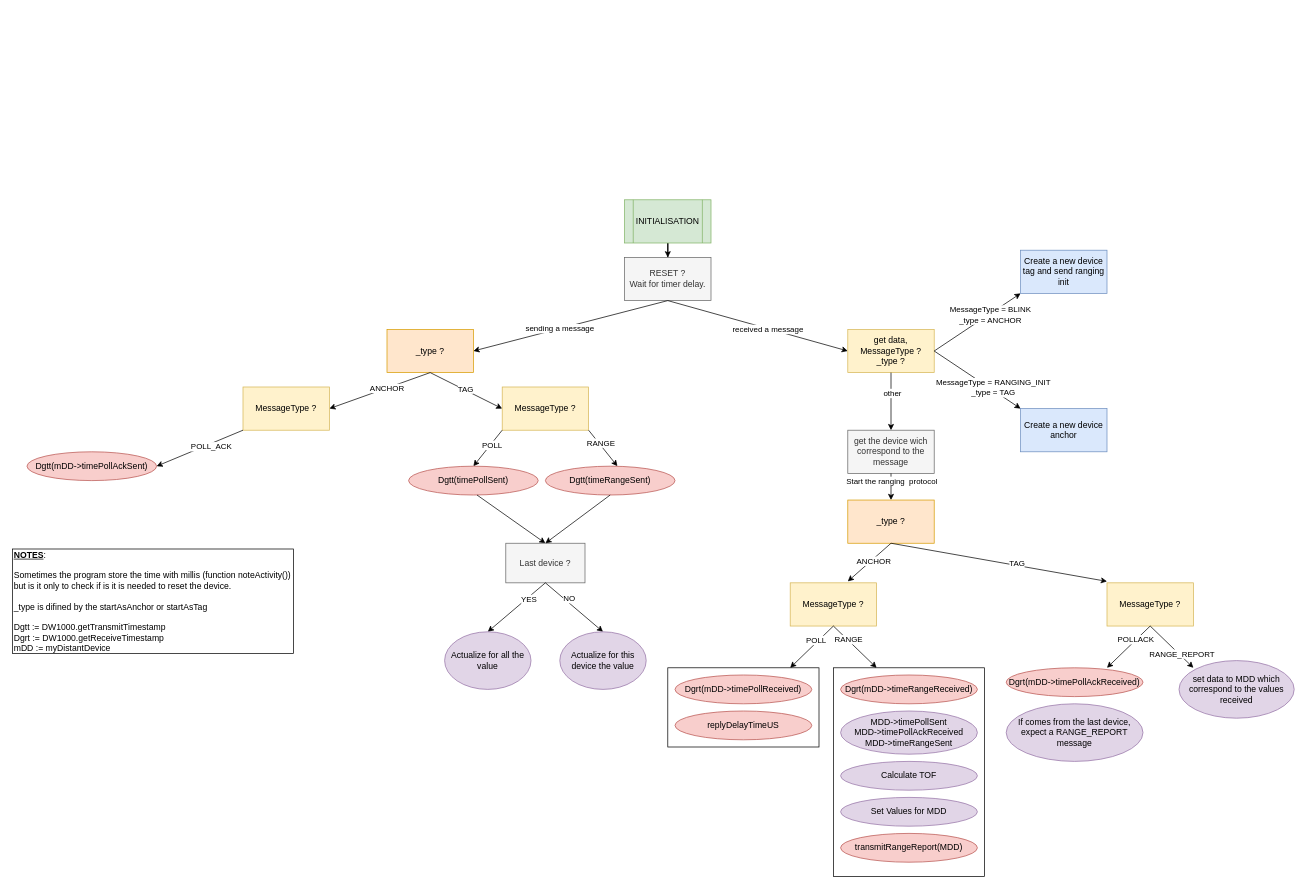
augustinmorge/uwb_project keeps this draw.io diagram as page "Detail" (1 of 3) of drawio/DW1000.drawio. Above is the earlier version. Source tidied: cells renumbered, new cells numbered last; positions are measured from the earlier drawing's top-left corner, leaving out a move shared by most shapes. Both pictures are drawn from the tidied source at 72%, with x=0, y=0 at pixel (12, 199).
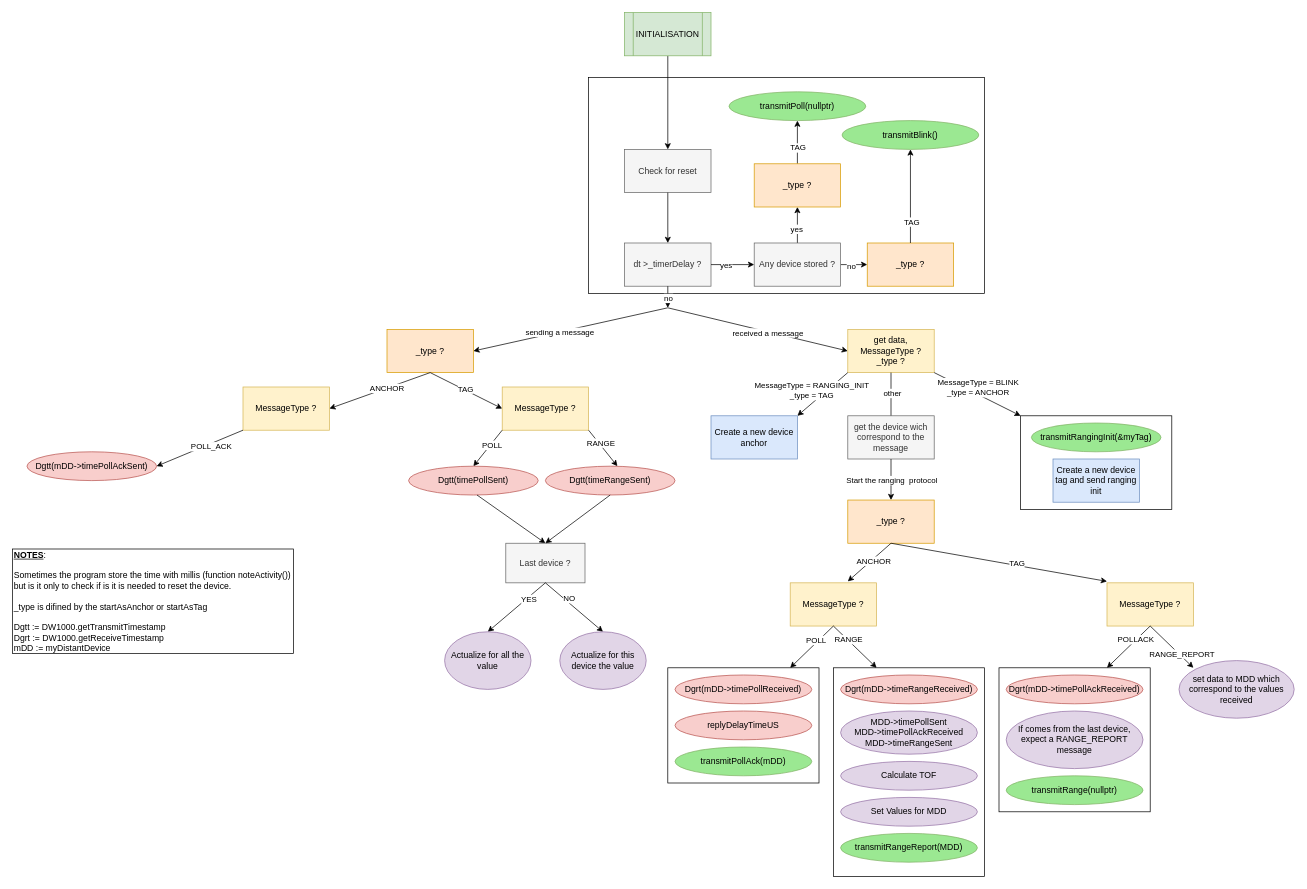
The same diagram, later.

The change refers to these unchanged cells:
```xml
<mxCell id="32" value="get data,&lt;br&gt;MessageType ?&lt;br&gt;_type ?" style="rounded=0;whiteSpace=wrap;html=1;fillColor=#fff2cc;strokeColor=#d6b656;" parent="1" vertex="1">
  <mxGeometry x="1160" y="180" width="120" height="60" as="geometry" />
</mxCell>
<mxCell id="42" style="endArrow=classic;html=1;rounded=0;exitX=0.5;exitY=1;exitDx=0;exitDy=0;entryX=0.5;entryY=0;entryDx=0;entryDy=0;" parent="1" edge="1" source="41" target="44">
  <mxGeometry relative="1" as="geometry" />
</mxCell>
```

Change to the diagram source:
```diff
@@
+    <mxCell id="74" style="rounded=0;whiteSpace=wrap;html=1;fillColor=none;" parent="1" vertex="1">
+      <mxGeometry x="800" y="-170" width="550" height="300" as="geometry" />
+    </mxCell>
+    <mxCell id="75" style="rounded=0;whiteSpace=wrap;html=1;fillColor=none;" parent="1" vertex="1">
+      <mxGeometry x="1400" y="300" width="210" height="130" as="geometry" />
+    </mxCell>
+    <mxCell id="76" style="rounded=0;whiteSpace=wrap;html=1;fillColor=none;" parent="1" vertex="1">
+      <mxGeometry x="1370" y="650" width="210" height="200" as="geometry" />
+    </mxCell>
+    <mxCell id="70" style="rounded=0;whiteSpace=wrap;html=1;fillColor=none;" parent="1" vertex="1">
+      <mxGeometry x="910" y="650" width="210" height="160" as="geometry" />
+    </mxCell>
-    <mxCell id="2" style="edgeStyle=orthogonalEdgeStyle;rounded=0;jettySize=auto;html=1;" parent="1" edge="1" source="3" target="4">
+    <mxCell id="2" style="edgeStyle=orthogonalEdgeStyle;rounded=0;jettySize=auto;html=1;entryX=0.5;entryY=0;entryDx=0;entryDy=0;" parent="1" edge="1" source="3" target="4">
       <mxGeometry relative="1" as="geometry" />
     </mxCell>
     <mxCell id="3" value="INITIALISATION" style="shape=process;whiteSpace=wrap;html=1;backgroundOutline=1;fillColor=#d5e8d4;strokeColor=#82b366;" parent="1" vertex="1">
-      <mxGeometry x="850" width="120" height="60" as="geometry" />
+      <mxGeometry x="850" y="-260" width="120" height="60" as="geometry" />
     </mxCell>
-    <mxCell id="4" value="RESET ?&lt;br&gt;Wait for timer delay." style="whiteSpace=wrap;html=1;fillColor=#f5f5f5;fontColor=#333333;strokeColor=#666666;" parent="1" vertex="1">
-      <mxGeometry x="850" y="80" width="120" height="60" as="geometry" />
+    <mxCell id="4" value="Check for reset" style="whiteSpace=wrap;html=1;fillColor=#f5f5f5;fontColor=#333333;strokeColor=#666666;" parent="1" vertex="1">
+      <mxGeometry x="850" y="-70" width="120" height="60" as="geometry" />
     </mxCell>
-    <mxCell id="5" style="endArrow=classic;html=1;rounded=0;exitX=0.5;exitY=1;exitDx=0;exitDy=0;" parent="1" edge="1" source="4">
+    <mxCell id="5" style="endArrow=classic;html=1;rounded=0;" parent="1" edge="1">
       <mxGeometry relative="1" as="geometry">
+        <mxPoint x="910" y="150" as="sourcePoint" />
         <mxPoint x="640" y="210" as="targetPoint" />
       </mxGeometry>
     </mxCell>
@@
-    <mxCell id="7" style="endArrow=classic;html=1;rounded=0;exitX=0.5;exitY=1;exitDx=0;exitDy=0;" parent="1" edge="1" source="4">
+    <mxCell id="7" style="endArrow=classic;html=1;rounded=0;" parent="1" edge="1">
       <mxGeometry relative="1" as="geometry">
+        <mxPoint x="910" y="150" as="sourcePoint" />
         <mxPoint x="1160" y="210" as="targetPoint" />
       </mxGeometry>
     </mxCell>
@@
-    <mxCell id="33" style="endArrow=classic;html=1;rounded=0;exitX=1;exitY=0.5;exitDx=0;exitDy=0;" parent="1" edge="1" source="32">
-      <mxGeometry relative="1" as="geometry">
-        <mxPoint x="1400" y="130" as="targetPoint" />
-      </mxGeometry>
+    <mxCell id="33" style="endArrow=classic;html=1;rounded=0;exitX=1;exitY=1;exitDx=0;exitDy=0;entryX=0;entryY=0;entryDx=0;entryDy=0;" parent="1" edge="1" source="32" target="75">
+      <mxGeometry relative="1" as="geometry" />
     </mxCell>
     <mxCell id="34" value="MessageType = BLINK&lt;br&gt;_type = ANCHOR" style="edgeLabel;html=1;align=center;verticalAlign=middle;" parent="33" vertex="1">
-      <mxGeometry x="0.28" y="-1" relative="1" as="geometry" />
+      <mxGeometry x="0.28" y="-1" relative="1" as="geometry">
+        <mxPoint x="-16" y="-19" as="offset" />
+      </mxGeometry>
     </mxCell>
-    <mxCell id="35" style="endArrow=classic;html=1;rounded=0;exitX=1;exitY=0.5;exitDx=0;exitDy=0;" parent="1" edge="1" source="32">
-      <mxGeometry relative="1" as="geometry">
-        <mxPoint x="1400" y="290" as="targetPoint" />
-      </mxGeometry>
+    <mxCell id="35" style="endArrow=classic;html=1;rounded=0;exitX=0;exitY=1;exitDx=0;exitDy=0;entryX=1;entryY=0;entryDx=0;entryDy=0;" parent="1" edge="1" source="32" target="40">
+      <mxGeometry relative="1" as="geometry" />
     </mxCell>
     <mxCell id="36" value="MessageType = RANGING_INIT&lt;br&gt;_type = TAG" style="edgeLabel;html=1;align=center;verticalAlign=middle;" parent="35" vertex="1">
       <mxGeometry x="-0.16" y="-1" relative="1" as="geometry">
-        <mxPoint x="31" y="16" as="offset" />
+        <mxPoint x="-20" as="offset" />
       </mxGeometry>
     </mxCell>
@@
     <mxCell id="39" value="Create a new device tag and send ranging init" style="rounded=0;whiteSpace=wrap;html=1;fillColor=#dae8fc;strokeColor=#6c8ebf;" parent="1" vertex="1">
-      <mxGeometry x="1400" y="70" width="120" height="60" as="geometry" />
+      <mxGeometry x="1445" y="360" width="120" height="60" as="geometry" />
     </mxCell>
-    <mxCell id="40" value="Create a new device anchor" style="rounded=0;whiteSpace=wrap;html=1;fillColor=#dae8fc;strokeColor=#6c8ebf;" parent="1" vertex="1">
-      <mxGeometry x="1400" y="290" width="120" height="60" as="geometry" />
-    </mxCell>
     <mxCell id="41" value="get the device wich correspond to the message" style="rounded=0;whiteSpace=wrap;html=1;fillColor=#f5f5f5;fontColor=#333333;strokeColor=#666666;" parent="1" vertex="1">
-      <mxGeometry x="1160" y="320" width="120" height="60" as="geometry" />
+      <mxGeometry x="1160" y="300" width="120" height="60" as="geometry" />
     </mxCell>
@@
     <mxCell id="43" value="Start the ranging&amp;nbsp; protocol" style="edgeLabel;html=1;align=center;verticalAlign=middle;" parent="42" vertex="1">
       <mxGeometry x="-0.46" y="1" relative="1" as="geometry">
-        <mxPoint x="-1" as="offset" />
+        <mxPoint x="-1" y="14" as="offset" />
       </mxGeometry>
     </mxCell>
@@
     <mxCell id="64" value="Dgrt(mDD-&amp;gt;timePollAckReceived)" style="ellipse;whiteSpace=wrap;html=1;fillColor=#f8cecc;strokeColor=#b85450;" parent="1" vertex="1">
-      <mxGeometry x="1380" y="650" width="190" height="40" as="geometry" />
+      <mxGeometry x="1380" y="660" width="190" height="40" as="geometry" />
     </mxCell>
@@
-    <mxCell id="70" style="rounded=0;whiteSpace=wrap;html=1;fillColor=none;" parent="1" vertex="1">
-      <mxGeometry x="910" y="650" width="210" height="110" as="geometry" />
-    </mxCell>
-    <mxCell id="71" value="transmitRangeReport(MDD)" style="ellipse;whiteSpace=wrap;html=1;fillColor=#f8cecc;strokeColor=#b85450;" parent="1" vertex="1">
+    <mxCell id="71" value="transmitRangeReport(MDD)" style="ellipse;whiteSpace=wrap;html=1;fillColor=#9BE892;strokeColor=#82b366;" parent="1" vertex="1">
       <mxGeometry x="1150" y="880" width="190" height="40" as="geometry" />
     </mxCell>
     <mxCell id="72" value="If comes from the last device, expect a RANGE_REPORT message" style="ellipse;whiteSpace=wrap;html=1;fillColor=#e1d5e7;strokeColor=#9673a6;" parent="1" vertex="1">
-      <mxGeometry x="1380" y="700" width="190" height="80" as="geometry" />
+      <mxGeometry x="1380" y="710" width="190" height="80" as="geometry" />
     </mxCell>
@@
+    <mxCell id="77" value="transmitPollAck(mDD)" style="ellipse;whiteSpace=wrap;html=1;fillColor=#9BE892;strokeColor=#82b366;" parent="1" vertex="1">
+      <mxGeometry x="920" y="760" width="190" height="40" as="geometry" />
+    </mxCell>
+    <mxCell id="78" value="transmitRangingInit(&amp;amp;myTag)" style="ellipse;whiteSpace=wrap;html=1;fillColor=#9BE892;strokeColor=#82b366;" parent="1" vertex="1">
+      <mxGeometry x="1415" y="310" width="180" height="40" as="geometry" />
+    </mxCell>
+    <mxCell id="79" value="transmitRange(nullptr)" style="ellipse;whiteSpace=wrap;html=1;fillColor=#9BE892;strokeColor=#82b366;" parent="1" vertex="1">
+      <mxGeometry x="1380" y="800" width="190" height="40" as="geometry" />
+    </mxCell>
+    <mxCell id="80" value="dt &amp;gt;_timerDelay ?" style="rounded=0;whiteSpace=wrap;html=1;fillColor=#f5f5f5;fontColor=#333333;strokeColor=#666666;" parent="1" vertex="1">
+      <mxGeometry x="850" y="60" width="120" height="60" as="geometry" />
+    </mxCell>
+    <mxCell id="81" style="endArrow=classic;html=1;rounded=0;exitX=0.5;exitY=1;exitDx=0;exitDy=0;entryX=0.5;entryY=0;entryDx=0;entryDy=0;" parent="1" edge="1" source="4" target="80">
+      <mxGeometry relative="1" as="geometry" />
+    </mxCell>
+    <mxCell id="82" style="endArrow=classic;html=1;rounded=0;exitX=0.5;exitY=1;exitDx=0;exitDy=0;" parent="1" edge="1" source="80">
+      <mxGeometry relative="1" as="geometry">
+        <mxPoint x="910" y="150" as="targetPoint" />
+      </mxGeometry>
+    </mxCell>
+    <mxCell id="83" value="no" style="edgeLabel;html=1;align=center;verticalAlign=middle;" parent="82" vertex="1">
+      <mxGeometry x="0.44" y="-1" relative="1" as="geometry">
+        <mxPoint x="1" y="-6" as="offset" />
+      </mxGeometry>
+    </mxCell>
+    <mxCell id="84" style="endArrow=classic;html=1;rounded=0;exitX=1;exitY=0.5;exitDx=0;exitDy=0;entryX=0;entryY=0.5;entryDx=0;entryDy=0;" parent="1" edge="1" source="80" target="90">
+      <mxGeometry relative="1" as="geometry" />
+    </mxCell>
+    <mxCell id="85" value="yes" style="edgeLabel;html=1;align=center;verticalAlign=middle;" parent="84" vertex="1">
+      <mxGeometry x="-0.3" y="-4" relative="1" as="geometry">
+        <mxPoint x="-1" y="-4" as="offset" />
+      </mxGeometry>
+    </mxCell>
+    <mxCell id="86" style="edgeStyle=orthogonalEdgeStyle;rounded=0;jettySize=auto;html=1;" parent="1" edge="1" source="90" target="93">
+      <mxGeometry relative="1" as="geometry" />
+    </mxCell>
+    <mxCell id="87" value="yes" style="edgeLabel;html=1;align=center;verticalAlign=middle;" parent="86" vertex="1">
+      <mxGeometry x="-0.2" y="2" relative="1" as="geometry" />
+    </mxCell>
+    <mxCell id="88" style="edgeStyle=orthogonalEdgeStyle;rounded=0;jettySize=auto;html=1;" parent="1" edge="1" source="90" target="94">
+      <mxGeometry relative="1" as="geometry" />
+    </mxCell>
+    <mxCell id="89" value="no" style="edgeLabel;html=1;align=center;verticalAlign=middle;" parent="88" vertex="1">
+      <mxGeometry x="-0.33" y="-1" relative="1" as="geometry" />
+    </mxCell>
+    <mxCell id="90" value="Any device stored ?" style="rounded=0;whiteSpace=wrap;html=1;fillColor=#f5f5f5;fontColor=#333333;strokeColor=#666666;" parent="1" vertex="1">
+      <mxGeometry x="1030" y="60" width="120" height="60" as="geometry" />
+    </mxCell>
+    <mxCell id="91" style="edgeStyle=orthogonalEdgeStyle;rounded=0;jettySize=auto;html=1;" parent="1" edge="1" source="93" target="95">
+      <mxGeometry relative="1" as="geometry" />
+    </mxCell>
+    <mxCell id="92" value="TAG" style="edgeLabel;html=1;align=center;verticalAlign=middle;" parent="91" vertex="1">
+      <mxGeometry x="-0.24" relative="1" as="geometry" />
+    </mxCell>
+    <mxCell id="93" value="_type ?" style="rounded=0;whiteSpace=wrap;html=1;fillColor=#ffe6cc;strokeColor=#d79b00;" parent="1" vertex="1">
+      <mxGeometry x="1030" y="-50" width="120" height="60" as="geometry" />
+    </mxCell>
+    <mxCell id="94" value="_type ?" style="rounded=0;whiteSpace=wrap;html=1;fillColor=#ffe6cc;strokeColor=#d79b00;" parent="1" vertex="1">
+      <mxGeometry x="1187" y="60" width="120" height="60" as="geometry" />
+    </mxCell>
+    <mxCell id="95" value="transmitPoll(nullptr)" style="ellipse;whiteSpace=wrap;html=1;fillColor=#9BE892;strokeColor=#82b366;" parent="1" vertex="1">
+      <mxGeometry x="995" y="-150" width="190" height="40" as="geometry" />
+    </mxCell>
+    <mxCell id="96" value="transmitBlink()" style="ellipse;whiteSpace=wrap;html=1;fillColor=#9BE892;strokeColor=#82b366;" parent="1" vertex="1">
+      <mxGeometry x="1152" y="-110" width="190" height="40" as="geometry" />
+    </mxCell>
+    <mxCell id="97" style="endArrow=classic;html=1;rounded=0;exitX=0.5;exitY=0;exitDx=0;exitDy=0;entryX=0.5;entryY=1;entryDx=0;entryDy=0;" parent="1" edge="1" source="94" target="96">
+      <mxGeometry relative="1" as="geometry" />
+    </mxCell>
+    <mxCell id="98" value="TAG" style="edgeLabel;html=1;align=center;verticalAlign=middle;" parent="97" vertex="1">
+      <mxGeometry x="-0.54" y="-1" relative="1" as="geometry" />
+    </mxCell>
+    <mxCell id="40" value="Create a new device anchor" style="rounded=0;whiteSpace=wrap;html=1;fillColor=#dae8fc;strokeColor=#6c8ebf;" parent="1" vertex="1">
+      <mxGeometry x="970" y="300" width="120" height="60" as="geometry" />
+    </mxCell>
```
